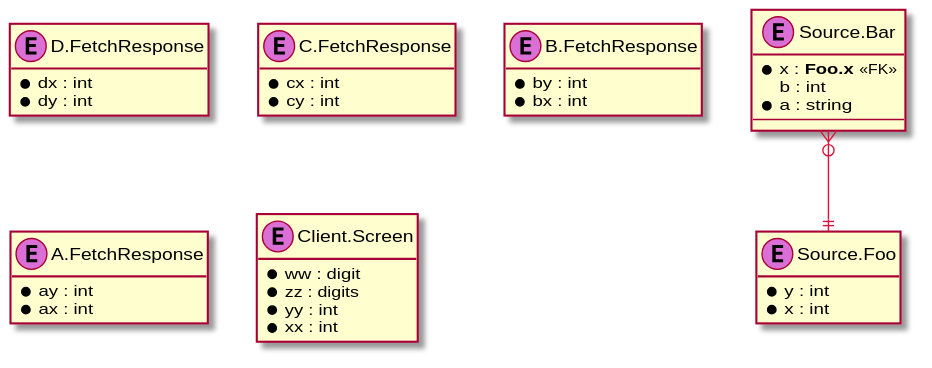
Earlier version of the PlantUML export pkg/arrai/out/data_diagram.svg (anz-bank/sysl).
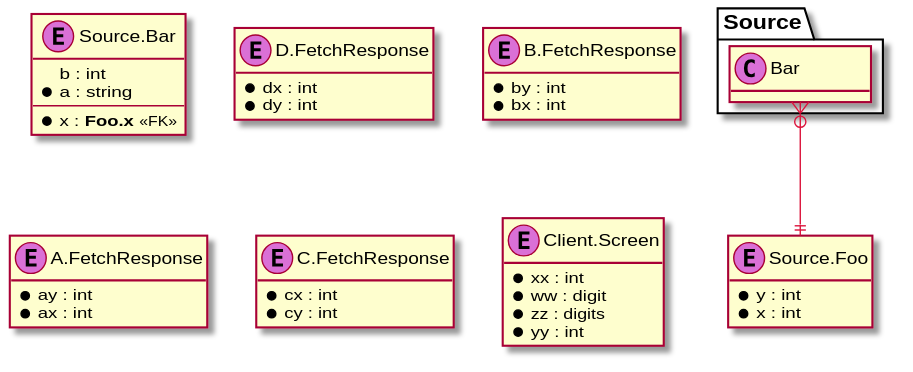
Above is the later version.

What changed in the source:
```diff
@@ -7,74 +7,76 @@
 skinparam stereotypeCBackgroundColor Orchid
 hide methods
 
-entity Source.Bar {
-  * x : **Foo.x** <<FK>>
-}
-
-entity Source.Bar {
+entity "Source.Bar" {
   b : int
 }
 
-entity Source.Bar {
+entity "Source.Bar" {
   * a : string
   --
 }
 
-entity D.FetchResponse {
+entity "Source.Bar" {
+  * x : **Foo.x** <<FK>>
+}
+
+entity "D.FetchResponse" {
   * dx : int
 }
 
-entity D.FetchResponse {
+entity "B.FetchResponse" {
+  * by : int
+}
+
+entity "A.FetchResponse" {
+  * ay : int
+}
+
+entity "C.FetchResponse" {
+  * cx : int
+}
+
+entity "A.FetchResponse" {
+  * ax : int
+}
+
+entity "B.FetchResponse" {
+  * bx : int
+}
+
+entity "D.FetchResponse" {
   * dy : int
 }
 
-entity C.FetchResponse {
-  * cx : int
-}
-
-entity B.FetchResponse {
-  * by : int
-}
-
-entity B.FetchResponse {
-  * bx : int
-}
-
-entity A.FetchResponse {
-  * ay : int
-}
-
-entity A.FetchResponse {
-  * ax : int
-}
-
-entity C.FetchResponse {
+entity "C.FetchResponse" {
   * cy : int
 }
 
-entity Source.Foo {
+entity "Source.Foo" {
   * y : int
 }
 
-entity Source.Foo {
+entity "Source.Foo" {
   * x : int
 }
 
-entity Client.Screen {
+entity "Client.Screen" {
+  * xx : int
+}
+
+entity "Client.Screen" {
   * ww : digit
 }
 
-entity Client.Screen {
+entity "Client.Screen" {
   * zz : digits
 }
 
-entity Client.Screen {
+entity "Client.Screen" {
   * yy : int
 }
 
-entity Client.Screen {
-  * xx : int
-}
 
-Source.Bar             }o--|| Source.Foo
+
+"Source.Bar            " }o--|| "Source.Foo"
 @enduml
```
